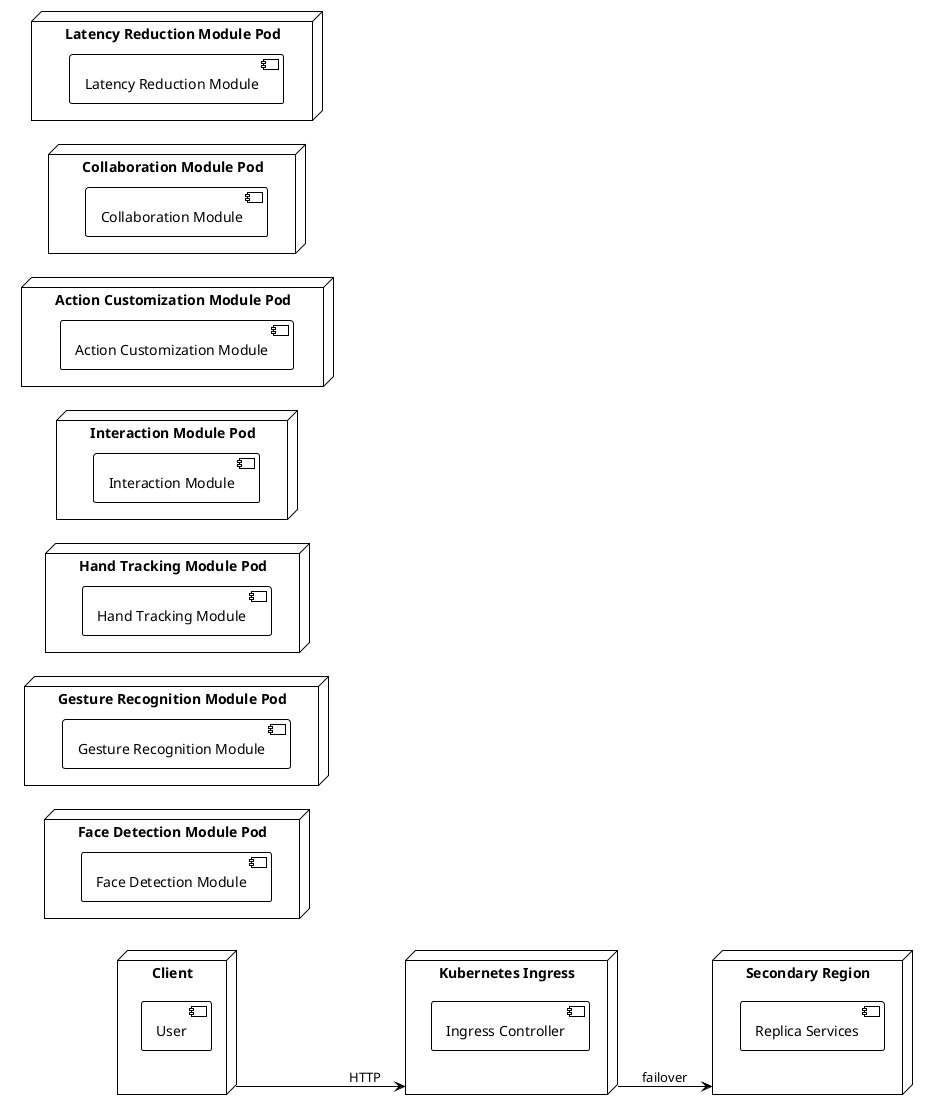
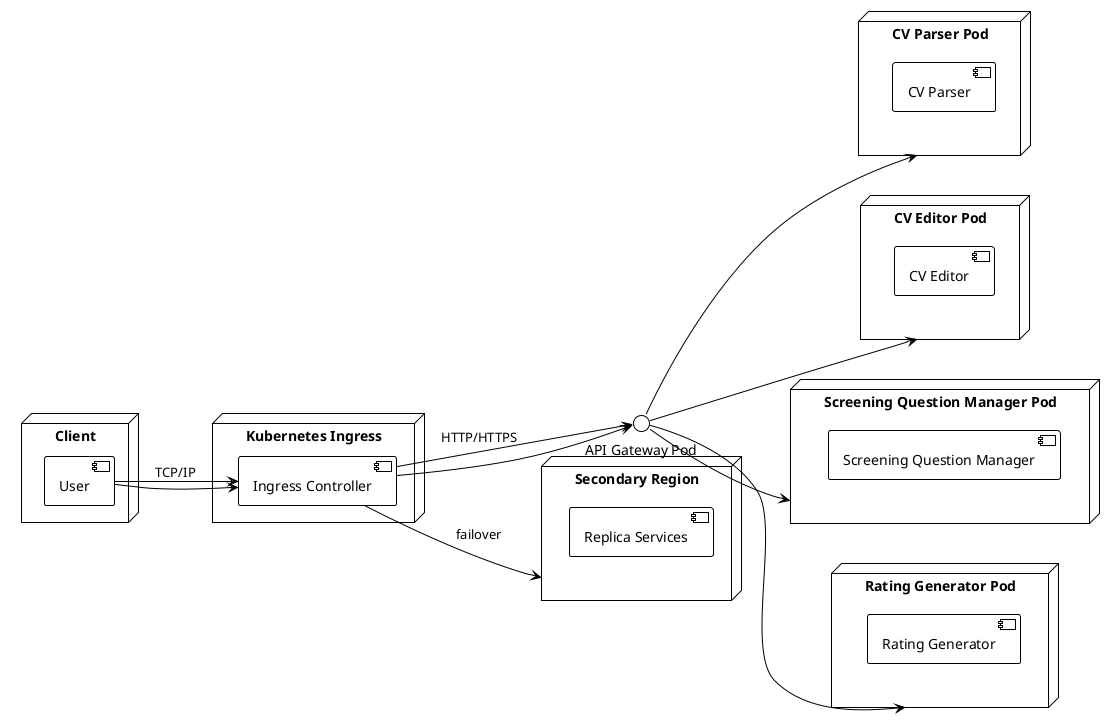
@startuml
!theme plain
left to right direction
node "Client" {
  component "User"
}
- node "Kubernetes Ingress" as IngressController {
+ node "Kubernetes Ingress" {
  component "Ingress Controller"
}
- node "Face Detection Module Pod" as FaceDetectionModulePod {
-   component "Face Detection Module"
+ node "CV Parser Pod" {
+   component "CV Parser"
}
- node "Gesture Recognition Module Pod" as GestureRecognitionModulePod {
-   component "Gesture Recognition Module"
+ node "CV Editor Pod" {
+   component "CV Editor"
}
- node "Hand Tracking Module Pod" as HandTrackingModulePod {
-   component "Hand Tracking Module"
+ node "Screening Question Manager Pod" {
+   component "Screening Question Manager"
}
- node "Interaction Module Pod" as InteractionModulePod {
-   component "Interaction Module"
+ node "Rating Generator Pod" {
+   component "Rating Generator"
}
- node "Action Customization Module Pod" as ActionCustomizationModulePod {
-   component "Action Customization Module"
- }
- node "Collaboration Module Pod" as CollaborationModulePod {
-   component "Collaboration Module"
- }
- node "Latency Reduction Module Pod" as LatencyReductionModulePod {
-   component "Latency Reduction Module"
- }
- Client --> IngressController : HTTP
- node "Secondary Region" as SecondaryRegion {
+ "User" --> "Ingress Controller" : TCP/IP
+ "Ingress Controller" --> "API Gateway Pod" : HTTP/HTTPS
+ "User" --> "Ingress Controller"
+ "Ingress Controller" --> "API Gateway Pod"
+ "API Gateway Pod" --> "CV Parser Pod"
+ "API Gateway Pod" --> "CV Editor Pod"
+ "API Gateway Pod" --> "Screening Question Manager Pod"
+ "API Gateway Pod" --> "Rating Generator Pod"
+ node "Secondary Region" {
  component "Replica Services"
}
- IngressController --> SecondaryRegion : failover
+ "Ingress Controller" --> "Secondary Region" : failover
@enduml